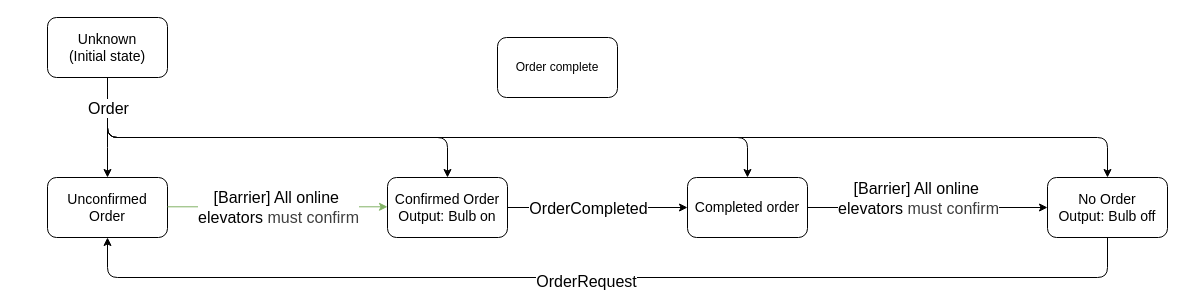
Before: Documentation/orderState.drawio in jensmunkerud/ElevatorProject, a draw.io diagram. Source tidied: cells renumbered, new cells numbered last; positions are measured from the earlier drawing's top-left corner, leaving out a move shared by most shapes. Both pictures are drawn from the tidied source at 100%, with x=0, y=0 at pixel (47, 17).
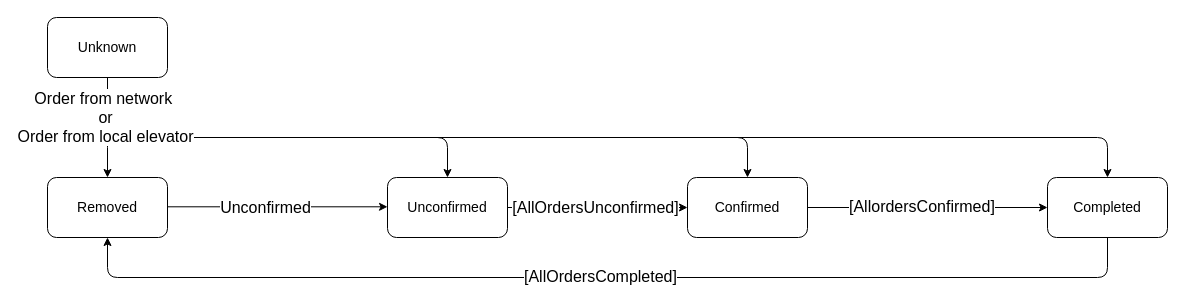
The same diagram, later.

Commit message (it also covers changes not shown here):
Updated order state

Unchanged cells that the change refers to:
```xml
<mxCell id="14" style="edgeStyle=none;html=1;entryX=0.5;entryY=1;entryDx=0;entryDy=0;rounded=1;curved=0;" parent="1" edge="1" source="16" target="7">
  <mxGeometry relative="1" as="geometry">
    <Array as="points">
      <mxPoint x="1060" y="260" />
      <mxPoint x="520" y="260" />
      <mxPoint x="60" y="260" />
    </Array>
  </mxGeometry>
</mxCell>
```

The edit, as a diff of the source:
```diff
@@
-    <mxCell id="6" value="Unknown&lt;div&gt;(Initial state)&lt;/div&gt;" style="rounded=1;whiteSpace=wrap;html=1;fontSize=14;" parent="1" vertex="1">
+    <mxCell id="6" value="Unknown" style="rounded=1;whiteSpace=wrap;html=1;fontSize=14;" parent="1" vertex="1">
       <mxGeometry width="120" height="60" as="geometry" />
     </mxCell>
-    <mxCell id="7" value="Unconfirmed Order" style="rounded=1;whiteSpace=wrap;html=1;fontSize=14;" parent="1" vertex="1">
+    <mxCell id="7" value="Removed" style="rounded=1;whiteSpace=wrap;html=1;fontSize=14;" parent="1" vertex="1">
       <mxGeometry y="160" width="120" height="60" as="geometry" />
     </mxCell>
@@
-    <mxCell id="9" value="Confirmed Order&lt;div&gt;Output: Bulb on&lt;/div&gt;" style="rounded=1;whiteSpace=wrap;html=1;fontSize=14;" parent="1" vertex="1">
+    <mxCell id="9" value="Unconfirmed" style="rounded=1;whiteSpace=wrap;html=1;fontSize=14;" parent="1" vertex="1">
       <mxGeometry x="340" y="160" width="120" height="60" as="geometry" />
     </mxCell>
-    <mxCell id="10" style="edgeStyle=orthogonalEdgeStyle;rounded=0;orthogonalLoop=1;jettySize=auto;html=1;entryX=0;entryY=0.5;entryDx=0;entryDy=0;fillColor=#d5e8d4;strokeColor=light-dark(#82B366,#2C6700);gradientColor=#97d077;" parent="1" edge="1">
+    <mxCell id="10" style="edgeStyle=orthogonalEdgeStyle;rounded=0;orthogonalLoop=1;jettySize=auto;html=1;entryX=0;entryY=0.5;entryDx=0;entryDy=0;fillColor=#d5e8d4;strokeColor=light-dark(#000000,#2C6700);gradientColor=#97d077;" parent="1" edge="1">
       <mxGeometry relative="1" as="geometry">
         <mxPoint x="120" y="189.3" as="sourcePoint" />
         <mxPoint x="340" y="189.3" as="targetPoint" />
       </mxGeometry>
     </mxCell>
-    <mxCell id="11" value="[Barrier] All online&amp;nbsp;&lt;div&gt;elevators&amp;nbsp;&lt;span style=&quot;color: rgb(63, 63, 63); background-color: light-dark(#ffffff, var(--ge-dark-color, #121212));&quot;&gt;must confirm&lt;/span&gt;&lt;/div&gt;" style="edgeLabel;html=1;align=center;verticalAlign=middle;fontSize=16;" parent="10" vertex="1">
-      <mxGeometry x="0.1" y="-2" relative="1" as="geometry">
-        <mxPoint x="-11" y="-2" as="offset" />
-      </mxGeometry>
-    </mxCell>
-    <mxCell id="12" style="edgeStyle=none;html=1;entryX=0;entryY=0.5;entryDx=0;entryDy=0;" parent="1" edge="1" source="13" target="16">
-      <mxGeometry relative="1" as="geometry" />
+    <mxCell id="12" style="edgeStyle=none;html=1;entryX=0;entryY=0.5;entryDx=0;entryDy=0;" parent="1" edge="1" target="16">
+      <mxGeometry relative="1" as="geometry">
+        <mxPoint x="700" y="190" as="sourcePoint" />
+      </mxGeometry>
     </mxCell>
-    <mxCell id="13" value="Completed order" style="rounded=1;whiteSpace=wrap;html=1;fontSize=14;" parent="1" vertex="1">
+    <mxCell id="13" value="Confirmed" style="rounded=1;whiteSpace=wrap;html=1;fontSize=14;" parent="1" vertex="1">
       <mxGeometry x="640" y="160" width="120" height="60" as="geometry" />
     </mxCell>
@@
-    <mxCell id="15" value="&lt;font style=&quot;font-size: 16px;&quot;&gt;OrderRequest&lt;/font&gt;" style="edgeLabel;html=1;align=center;verticalAlign=middle;" parent="14" vertex="1">
-      <mxGeometry x="0.04" y="3" relative="1" as="geometry" />
-    </mxCell>
-    <mxCell id="16" value="No Order&lt;div&gt;Output: Bulb off&lt;/div&gt;" style="rounded=1;whiteSpace=wrap;html=1;fontSize=14;" parent="1" vertex="1">
+    <mxCell id="16" value="Completed" style="rounded=1;whiteSpace=wrap;html=1;fontSize=14;" parent="1" vertex="1">
       <mxGeometry x="1000" y="160" width="120" height="60" as="geometry" />
     </mxCell>
-    <mxCell id="17" value="[Barrier] All online&amp;nbsp;&lt;div&gt;elevators&amp;nbsp;&lt;span style=&quot;color: rgb(63, 63, 63); background-color: light-dark(#ffffff, var(--ge-dark-color, #121212));&quot;&gt;must confirm&lt;/span&gt;&lt;/div&gt;" style="edgeLabel;html=1;align=center;verticalAlign=middle;fontSize=16;" parent="1" vertex="1">
-      <mxGeometry x="870" y="180" as="geometry" />
-    </mxCell>
-    <mxCell id="18" value="Order" style="edgeLabel;html=1;align=center;verticalAlign=middle;fontSize=16;" parent="1" vertex="1">
-      <mxGeometry x="60" y="90" as="geometry" />
+    <mxCell id="18" value="&lt;font style=&quot;color: rgb(0, 0, 0);&quot;&gt;Order from network&amp;nbsp;&lt;/font&gt;&lt;div&gt;&lt;font style=&quot;color: rgb(0, 0, 0);&quot;&gt;or&lt;/font&gt;&lt;/div&gt;&lt;div&gt;&lt;font style=&quot;color: rgb(0, 0, 0);&quot;&gt;Order from local elevator&lt;/font&gt;&lt;/div&gt;" style="edgeLabel;html=1;align=center;verticalAlign=middle;fontSize=16;" parent="1" vertex="1">
+      <mxGeometry x="60" y="100" as="geometry">
+        <mxPoint x="-3" y="-1" as="offset" />
+      </mxGeometry>
     </mxCell>
-    <mxCell id="19" value="&lt;span style=&quot;font-size: 16px;&quot;&gt;OrderCompleted&lt;/span&gt;" style="edgeLabel;html=1;align=center;verticalAlign=middle;" parent="1" vertex="1">
-      <mxGeometry x="540" y="190" as="geometry" />
-    </mxCell>
-    <mxCell id="20" style="edgeStyle=none;html=1;entryX=0.5;entryY=0;entryDx=0;entryDy=0;" parent="1" edge="1" source="21">
-      <mxGeometry relative="1" as="geometry">
-        <Array as="points">
-          <mxPoint x="220" y="50" />
-        </Array>
-      </mxGeometry>
-    </mxCell>
-    <mxCell id="21" value="Order complete" style="rounded=1;whiteSpace=wrap;html=1;" parent="1" vertex="1">
-      <mxGeometry x="450" y="20" width="120" height="60" as="geometry" />
-    </mxCell>
+    <mxCell id="22" value="Unconfirmed" style="edgeLabel;html=1;align=center;verticalAlign=middle;fontSize=16;" parent="1" vertex="1">
+      <mxGeometry x="220" y="190" as="geometry">
+        <mxPoint x="-3" y="-1" as="offset" />
+      </mxGeometry>
+    </mxCell>
+    <mxCell id="23" value="[AllOrdersUnconfirmed]" style="edgeLabel;html=1;align=center;verticalAlign=middle;fontSize=16;" parent="1" vertex="1">
+      <mxGeometry x="550" y="190" as="geometry">
+        <mxPoint x="-3" y="-1" as="offset" />
+      </mxGeometry>
+    </mxCell>
+    <mxCell id="24" value="&lt;div style=&quot;text-align: center;&quot;&gt;&lt;span style=&quot;font-size: 16px; text-wrap-mode: nowrap; background-color: rgb(255, 255, 255);&quot;&gt;[AllordersConfirmed]&lt;/span&gt;&lt;/div&gt;" style="text;whiteSpace=wrap;html=1;" parent="1" vertex="1">
+      <mxGeometry x="800" y="173" width="150" height="30" as="geometry" />
+    </mxCell>
+    <mxCell id="25" value="&lt;div style=&quot;text-align: center;&quot;&gt;&lt;span style=&quot;font-size: 16px; text-wrap-mode: nowrap; background-color: rgb(255, 255, 255);&quot;&gt;[AllOrdersCompleted]&lt;/span&gt;&lt;/div&gt;" style="text;whiteSpace=wrap;html=1;" parent="1" vertex="1">
+      <mxGeometry x="475" y="243" width="150" height="30" as="geometry" />
+    </mxCell>
```
